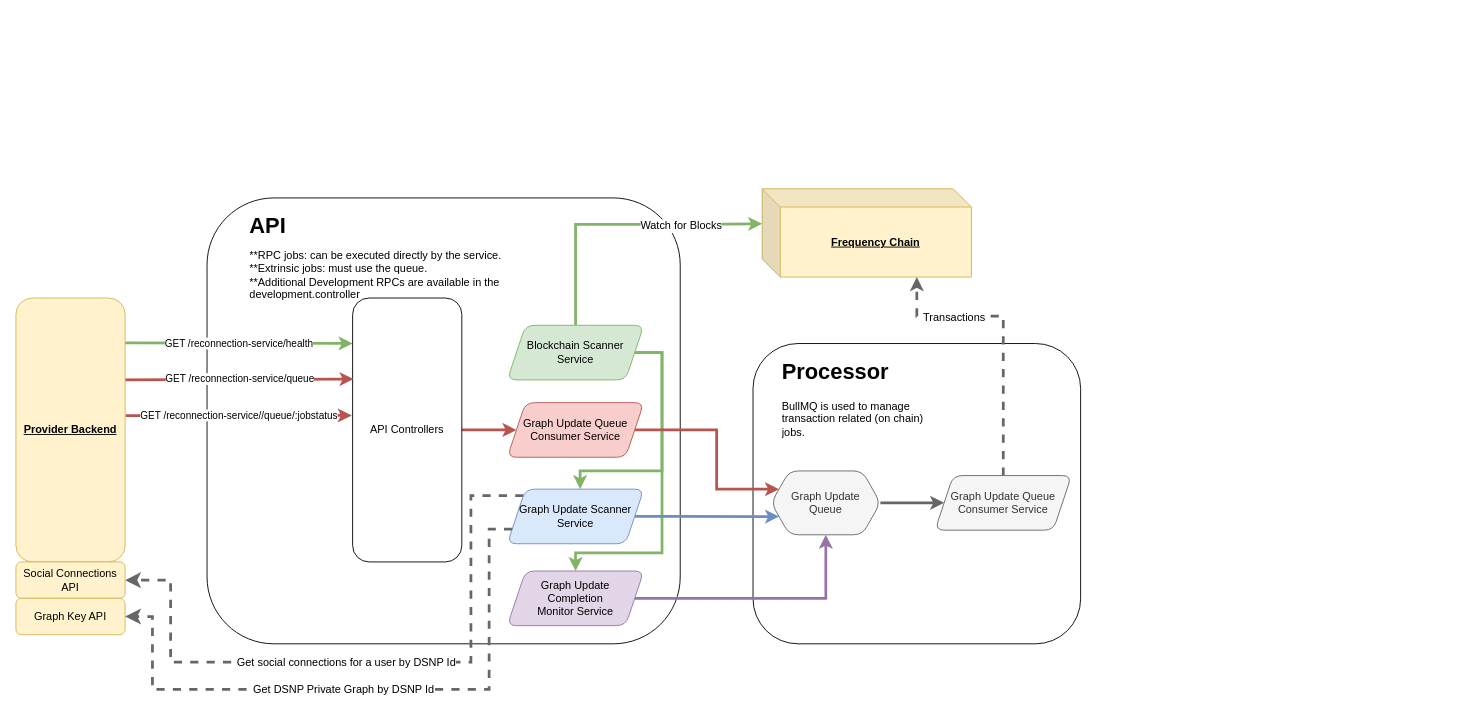
The draw.io diagram docs/reconnection_service_arch.drawio in ProjectLibertyLabs/reconnection-service, before the edit. Source tidied: cells renumbered, new cells numbered last; positions are measured from the earlier drawing's top-left corner, leaving out a move shared by most shapes. Both pictures are drawn from the tidied source at 91%, with x=0, y=0 at pixel (15, 188).
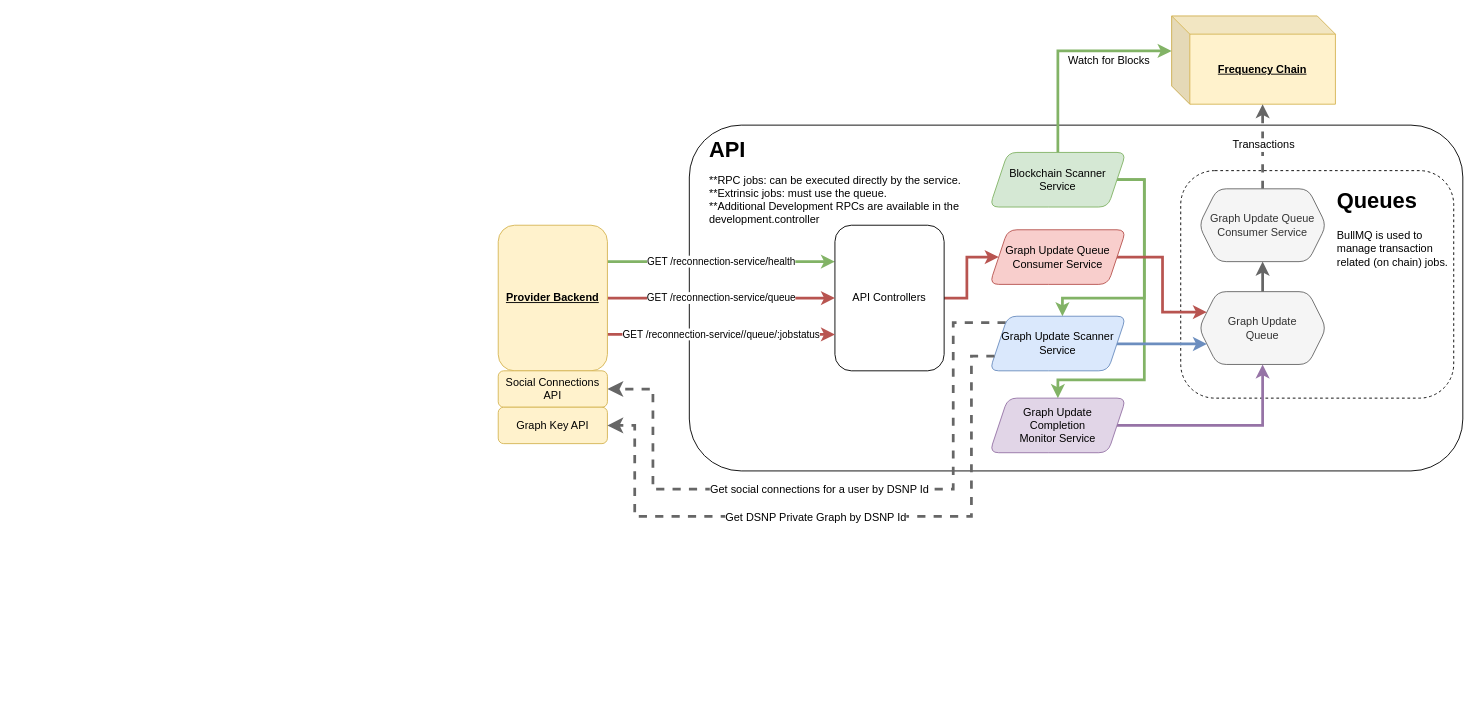
After the change.

Commit message (it also covers changes not shown here):
Update diagram for clarity

The edit, as a diff of the source:
```diff
@@
     <mxCell id="2" style="rounded=1;whiteSpace=wrap;html=1;" parent="1" vertex="1">
-      <mxGeometry x="210" y="10" width="520" height="490" as="geometry" />
+      <mxGeometry x="740" y="-70" width="850" height="380" as="geometry" />
     </mxCell>
-    <mxCell id="3" style="rounded=1;whiteSpace=wrap;html=1;" parent="1" vertex="1">
-      <mxGeometry x="810" y="170" width="360" height="330" as="geometry" />
+    <mxCell id="3" style="rounded=1;whiteSpace=wrap;html=1;dashed=1;" parent="1" vertex="1">
+      <mxGeometry x="1280" y="-20" width="300" height="250" as="geometry" />
     </mxCell>
-    <mxCell id="4" value="GET /reconnection-service/health" style="endArrow=classic;html=1;rounded=0;fillColor=#d5e8d4;strokeColor=#82b366;strokeWidth=3;exitX=0.996;exitY=0.17;exitDx=0;exitDy=0;exitPerimeter=0;entryX=0;entryY=0.172;entryDx=0;entryDy=0;entryPerimeter=0;" parent="1" edge="1" source="9" target="6">
+    <mxCell id="4" value="GET /reconnection-service/health" style="endArrow=classic;html=1;rounded=0;fillColor=#d5e8d4;strokeColor=#82b366;strokeWidth=3;exitX=1;exitY=0.25;exitDx=0;exitDy=0;entryX=0;entryY=0.25;entryDx=0;entryDy=0;" parent="1" edge="1" source="9" target="6">
       <mxGeometry relative="1" as="geometry" />
     </mxCell>
@@
     <mxCell id="6" value="API Controllers" style="rounded=1;whiteSpace=wrap;html=1;" parent="1" vertex="1">
-      <mxGeometry x="370" y="120" width="120" height="290" as="geometry" />
+      <mxGeometry x="900" y="40" width="120" height="160" as="geometry" />
     </mxCell>
-    <mxCell id="7" value="&lt;div&gt;GET /reconnection-service/queue&lt;/div&gt;" style="endArrow=classic;html=1;rounded=0;entryX=0.008;entryY=0.307;entryDx=0;entryDy=0;fillColor=#f8cecc;strokeColor=#b85450;strokeWidth=3;entryPerimeter=0;exitX=0.998;exitY=0.31;exitDx=0;exitDy=0;exitPerimeter=0;" parent="1" edge="1" source="9" target="6">
+    <mxCell id="7" value="&lt;div&gt;GET /reconnection-service/queue&lt;/div&gt;" style="endArrow=classic;html=1;rounded=0;entryX=0;entryY=0.5;entryDx=0;entryDy=0;fillColor=#f8cecc;strokeColor=#b85450;strokeWidth=3;exitX=1;exitY=0.5;exitDx=0;exitDy=0;" parent="1" edge="1" source="9" target="6">
       <mxGeometry relative="1" as="geometry" />
     </mxCell>
-    <mxCell id="8" value="&lt;div&gt;GET /reconnection-service//queue/:jobstatus&lt;/div&gt;" style="endArrow=classic;html=1;rounded=0;entryX=-0.008;entryY=0.445;entryDx=0;entryDy=0;fillColor=#f8cecc;strokeColor=#b85450;strokeWidth=3;entryPerimeter=0;exitX=1.005;exitY=0.446;exitDx=0;exitDy=0;exitPerimeter=0;" parent="1" edge="1" source="9" target="6">
+    <mxCell id="8" value="&lt;div&gt;GET /reconnection-service//queue/:jobstatus&lt;/div&gt;" style="endArrow=classic;html=1;rounded=0;entryX=0;entryY=0.75;entryDx=0;entryDy=0;fillColor=#f8cecc;strokeColor=#b85450;strokeWidth=3;exitX=1;exitY=0.75;exitDx=0;exitDy=0;" parent="1" edge="1" source="9" target="6">
       <mxGeometry relative="1" as="geometry" />
     </mxCell>
     <mxCell id="9" value="&lt;u&gt;&lt;b&gt;Provider Backend&lt;/b&gt;&lt;/u&gt;" style="rounded=1;whiteSpace=wrap;html=1;fillColor=#fff2cc;strokeColor=#d6b656;fontColor=#000000;" parent="1" vertex="1">
-      <mxGeometry y="120" width="120" height="290" as="geometry" />
+      <mxGeometry x="530" y="40" width="120" height="160" as="geometry" />
     </mxCell>
     <mxCell id="10" style="endArrow=classic;html=1;rounded=0;fontSize=12;startSize=8;endSize=8;edgeStyle=orthogonalEdgeStyle;strokeWidth=3;fillColor=#f5f5f5;strokeColor=#666666;dashed=1;entryX=1;entryY=0.5;entryDx=0;entryDy=0;exitX=0;exitY=0;exitDx=0;exitDy=0;" parent="1" edge="1" source="29" target="12">
       <mxGeometry relative="1" as="geometry">
         <Array as="points">
-          <mxPoint x="500" y="337" />
-          <mxPoint x="500" y="520" />
-          <mxPoint x="170" y="520" />
-          <mxPoint x="170" y="430" />
+          <mxPoint x="1030" y="147" />
+          <mxPoint x="1030" y="330" />
+          <mxPoint x="700" y="330" />
+          <mxPoint x="700" y="220" />
         </Array>
       </mxGeometry>
     </mxCell>
@@
     <mxCell id="12" value="Social Connections API" style="rounded=1;whiteSpace=wrap;html=1;fillColor=#fff2cc;strokeColor=#d6b656;fontColor=#000000;" parent="1" vertex="1">
-      <mxGeometry y="410" width="120" height="40" as="geometry" />
+      <mxGeometry x="530" y="200" width="120" height="40" as="geometry" />
     </mxCell>
-    <mxCell id="13" value="&lt;h1 style=&quot;margin-top: 0px;&quot;&gt;Processor&lt;/h1&gt;&lt;p&gt;BullMQ is used to manage transaction related (on chain) jobs.&lt;/p&gt;" style="text;html=1;whiteSpace=wrap;overflow=hidden;rounded=0;fontFamily=Helvetica;fontSize=12;fontColor=default;" parent="1" vertex="1">
-      <mxGeometry x="840" y="179.8" width="170" height="120" as="geometry" />
+    <mxCell id="13" value="&lt;h1 style=&quot;margin-top: 0px;&quot;&gt;Queues&lt;/h1&gt;&lt;p&gt;BullMQ is used to manage transaction related (on chain) jobs.&lt;/p&gt;" style="text;html=1;whiteSpace=wrap;overflow=hidden;rounded=0;fontFamily=Helvetica;fontSize=12;fontColor=default;" parent="1" vertex="1">
+      <mxGeometry x="1450" y="-7" width="140" height="120" as="geometry" />
     </mxCell>
     <mxCell id="14" value="&lt;h1 style=&quot;margin-top: 0px;&quot;&gt;&lt;span style=&quot;background-color: initial;&quot;&gt;API&lt;/span&gt;&lt;/h1&gt;" style="text;html=1;whiteSpace=wrap;overflow=hidden;rounded=0;fontFamily=Helvetica;fontSize=12;fontColor=default;" parent="1" vertex="1">
-      <mxGeometry x="255" y="20" width="295" height="40" as="geometry" />
+      <mxGeometry x="760" y="-63" width="295" height="40" as="geometry" />
     </mxCell>
-    <mxCell id="15" style="edgeStyle=orthogonalEdgeStyle;rounded=0;hachureGap=4;jettySize=auto;html=1;exitX=1;exitY=0.5;exitDx=0;exitDy=0;fontFamily=Architects Daughter;fontSize=16;fillColor=#f5f5f5;strokeColor=#666666;strokeWidth=3;" parent="1" edge="1" source="16" target="32">
+    <mxCell id="15" style="edgeStyle=orthogonalEdgeStyle;rounded=0;hachureGap=4;jettySize=auto;html=1;exitX=0.5;exitY=0;exitDx=0;exitDy=0;fontFamily=Architects Daughter;fontSize=16;fillColor=#f5f5f5;strokeColor=#666666;strokeWidth=3;" parent="1" edge="1" source="16" target="32">
       <mxGeometry relative="1" as="geometry" />
     </mxCell>
     <mxCell id="16" value="Graph Update&lt;br&gt;Queue" style="shape=hexagon;perimeter=hexagonPerimeter2;whiteSpace=wrap;html=1;fixedSize=1;rounded=1;strokeColor=#666666;align=center;verticalAlign=middle;fontFamily=Helvetica;fontSize=12;fillColor=#f5f5f5;fontColor=#333333;" parent="1" vertex="1">
-      <mxGeometry x="830" y="310" width="120" height="70.2" as="geometry" />
+      <mxGeometry x="1300" y="113" width="140" height="80" as="geometry" />
     </mxCell>
     <mxCell id="17" value="&lt;u&gt;&lt;b&gt;Frequency Chain&lt;/b&gt;&lt;/u&gt;" style="shape=cube;whiteSpace=wrap;html=1;boundedLbl=1;backgroundOutline=1;darkOpacity=0.05;darkOpacity2=0.1;rounded=1;strokeColor=#d6b656;align=center;verticalAlign=middle;fontFamily=Helvetica;fontSize=12;fillColor=#fff2cc;fontColor=#000000;" parent="1" vertex="1">
-      <mxGeometry x="820" width="230" height="97" as="geometry" />
+      <mxGeometry x="1270" y="-190" width="180" height="97" as="geometry" />
     </mxCell>
-    <mxCell id="18" style="edgeStyle=orthogonalEdgeStyle;rounded=0;jettySize=auto;html=1;entryX=0;entryY=0;entryDx=0;entryDy=38.5;entryPerimeter=0;fontFamily=Helvetica;fontSize=12;fontColor=default;fillColor=#d5e8d4;strokeColor=#82b366;strokeWidth=3;exitX=0.5;exitY=0;exitDx=0;exitDy=0;" parent="1" edge="1" source="25" target="17">
+    <mxCell id="18" style="edgeStyle=orthogonalEdgeStyle;rounded=0;jettySize=auto;html=1;fontFamily=Helvetica;fontSize=12;fontColor=default;fillColor=#d5e8d4;strokeColor=#82b366;strokeWidth=3;exitX=0.5;exitY=0;exitDx=0;exitDy=0;entryX=0;entryY=0;entryDx=0;entryDy=38.5;entryPerimeter=0;" parent="1" edge="1" source="25" target="17">
       <mxGeometry relative="1" as="geometry">
         <Array as="points">
-          <mxPoint x="615" y="39" />
-          <mxPoint x="750" y="39" />
+          <mxPoint x="1145" y="-151" />
         </Array>
       </mxGeometry>
     </mxCell>
     <mxCell id="19" value="Watch for Blocks" style="edgeLabel;html=1;align=center;verticalAlign=middle;rounded=1;strokeColor=default;fontFamily=Helvetica;fontSize=12;fontColor=default;fillColor=default;" parent="18" vertex="1">
       <mxGeometry x="-0.04" y="-2" relative="1" as="geometry">
-        <mxPoint x="74" y="-1" as="offset" />
+        <mxPoint x="53" y="8" as="offset" />
       </mxGeometry>
     </mxCell>
-    <mxCell id="20" style="edgeStyle=orthogonalEdgeStyle;rounded=0;jettySize=auto;html=1;fontFamily=Helvetica;fontSize=12;fontColor=default;fillColor=#f5f5f5;strokeColor=#666666;strokeWidth=3;dashed=1;entryX=0;entryY=0;entryDx=170;entryDy=97;entryPerimeter=0;exitX=0.5;exitY=0;exitDx=0;exitDy=0;" parent="1" edge="1" source="32" target="17">
+    <mxCell id="20" style="edgeStyle=orthogonalEdgeStyle;rounded=0;jettySize=auto;html=1;fontFamily=Helvetica;fontSize=12;fontColor=default;fillColor=#f5f5f5;strokeColor=#666666;strokeWidth=3;dashed=1;entryX=0;entryY=0;entryDx=100;entryDy=97;entryPerimeter=0;exitX=0.5;exitY=0;exitDx=0;exitDy=0;" parent="1" edge="1" source="32" target="17">
       <mxGeometry relative="1" as="geometry">
         <Array as="points">
-          <mxPoint x="1085" y="140" />
-          <mxPoint x="990" y="140" />
+          <mxPoint x="1370" y="-93" />
         </Array>
       </mxGeometry>
     </mxCell>
     <mxCell id="21" value="Transactions" style="edgeLabel;html=1;align=center;verticalAlign=middle;rounded=1;strokeColor=default;fontFamily=Helvetica;fontSize=12;fontColor=default;fillColor=default;" parent="20" vertex="1">
       <mxGeometry x="0.75" y="-4" relative="1" as="geometry">
-        <mxPoint x="36" y="5" as="offset" />
+        <mxPoint x="-4" y="32" as="offset" />
       </mxGeometry>
     </mxCell>
     <mxCell id="22" value="**RPC jobs: can be executed directly by the service.&lt;br&gt;**Extrinsic jobs: must use the queue.&lt;br&gt;**Additional Development RPCs are available in the development.controller" style="text;html=1;whiteSpace=wrap;overflow=hidden;rounded=0;" parent="1" vertex="1">
-      <mxGeometry x="255" y="60" width="295" height="80" as="geometry" />
+      <mxGeometry x="760" y="-23" width="295" height="80" as="geometry" />
     </mxCell>
     <mxCell id="23" style="edgeStyle=orthogonalEdgeStyle;rounded=0;hachureGap=4;jettySize=auto;html=1;entryX=0.5;entryY=0;entryDx=0;entryDy=0;fontFamily=Architects Daughter;fontSize=16;strokeWidth=3;fillColor=#d5e8d4;strokeColor=#82b366;exitX=1;exitY=0.5;exitDx=0;exitDy=0;" parent="1" edge="1" source="25" target="31">
       <mxGeometry relative="1" as="geometry">
         <Array as="points">
-          <mxPoint x="710" y="180" />
-          <mxPoint x="710" y="400" />
-          <mxPoint x="615" y="400" />
+          <mxPoint x="1240" y="-10" />
+          <mxPoint x="1240" y="210" />
+          <mxPoint x="1145" y="210" />
         </Array>
       </mxGeometry>
     </mxCell>
     <mxCell id="24" style="edgeStyle=orthogonalEdgeStyle;rounded=0;hachureGap=4;jettySize=auto;html=1;exitX=1;exitY=0.5;exitDx=0;exitDy=0;fontFamily=Architects Daughter;fontSize=16;fillColor=#d5e8d4;strokeColor=#82b366;strokeWidth=3;" parent="1" edge="1" source="25" target="29">
       <mxGeometry relative="1" as="geometry">
         <Array as="points">
-          <mxPoint x="710" y="180" />
-          <mxPoint x="710" y="310" />
-          <mxPoint x="620" y="310" />
+          <mxPoint x="1240" y="-10" />
+          <mxPoint x="1240" y="120" />
+          <mxPoint x="1150" y="120" />
         </Array>
       </mxGeometry>
     </mxCell>
     <mxCell id="25" value="Blockchain Scanner Service" style="shape=parallelogram;perimeter=parallelogramPerimeter;whiteSpace=wrap;html=1;fixedSize=1;rounded=1;strokeColor=#82b366;align=center;verticalAlign=middle;fontFamily=Helvetica;fontSize=12;fillColor=#d5e8d4;fontColor=#000000;" parent="1" vertex="1">
-      <mxGeometry x="540" y="150" width="150" height="60" as="geometry" />
+      <mxGeometry x="1070" y="-40" width="150" height="60" as="geometry" />
     </mxCell>
     <mxCell id="26" style="edgeStyle=orthogonalEdgeStyle;rounded=0;hachureGap=4;jettySize=auto;html=1;entryX=0;entryY=0.25;entryDx=0;entryDy=0;fontFamily=Architects Daughter;fontSize=16;strokeWidth=3;fillColor=#f8cecc;strokeColor=#b85450;" parent="1" edge="1" source="27" target="16">
       <mxGeometry relative="1" as="geometry">
         <Array as="points">
-          <mxPoint x="770" y="265" />
-          <mxPoint x="770" y="330" />
+          <mxPoint x="1260" y="75" />
+          <mxPoint x="1260" y="135" />
         </Array>
       </mxGeometry>
     </mxCell>
     <mxCell id="27" value="Graph Update Queue Consumer Service" style="shape=parallelogram;perimeter=parallelogramPerimeter;whiteSpace=wrap;html=1;fixedSize=1;rounded=1;strokeColor=#b85450;align=center;verticalAlign=middle;fontFamily=Helvetica;fontSize=12;fillColor=#f8cecc;" parent="1" vertex="1">
-      <mxGeometry x="540" y="235" width="150" height="60" as="geometry" />
+      <mxGeometry x="1070" y="45" width="150" height="60" as="geometry" />
     </mxCell>
     <mxCell id="28" style="edgeStyle=orthogonalEdgeStyle;rounded=0;hachureGap=4;jettySize=auto;html=1;entryX=0;entryY=0.75;entryDx=0;entryDy=0;fontFamily=Architects Daughter;fontSize=16;strokeWidth=3;fillColor=#dae8fc;strokeColor=#6c8ebf;exitX=1;exitY=0.5;exitDx=0;exitDy=0;" parent="1" edge="1" source="29" target="16">
       <mxGeometry relative="1" as="geometry">
         <Array as="points">
-          <mxPoint x="720" y="360" />
-          <mxPoint x="720" y="360" />
+          <mxPoint x="1309" y="170" />
         </Array>
       </mxGeometry>
     </mxCell>
     <mxCell id="29" value="Graph Update Scanner Service" style="shape=parallelogram;perimeter=parallelogramPerimeter;whiteSpace=wrap;html=1;fixedSize=1;rounded=1;strokeColor=#6c8ebf;align=center;verticalAlign=middle;fontFamily=Helvetica;fontSize=12;fillColor=#dae8fc;" parent="1" vertex="1">
-      <mxGeometry x="540" y="330" width="150" height="60" as="geometry" />
+      <mxGeometry x="1070" y="140" width="150" height="60" as="geometry" />
     </mxCell>
@@
     <mxCell id="31" value="Graph Update&lt;br&gt;Completion&lt;br&gt;Monitor Service" style="shape=parallelogram;perimeter=parallelogramPerimeter;whiteSpace=wrap;html=1;fixedSize=1;rounded=1;strokeColor=#9673a6;align=center;verticalAlign=middle;fontFamily=Helvetica;fontSize=12;fillColor=#e1d5e7;strokeWidth=1;" parent="1" vertex="1">
-      <mxGeometry x="540" y="420" width="150" height="60" as="geometry" />
+      <mxGeometry x="1070" y="230" width="150" height="60" as="geometry" />
     </mxCell>
-    <mxCell id="32" value="Graph Update Queue Consumer Service" style="shape=parallelogram;perimeter=parallelogramPerimeter;whiteSpace=wrap;html=1;fixedSize=1;rounded=1;strokeColor=#666666;align=center;verticalAlign=middle;fontFamily=Helvetica;fontSize=12;fillColor=#f5f5f5;fontColor=#333333;" parent="1" vertex="1">
-      <mxGeometry x="1010" y="315.1" width="150" height="60" as="geometry" />
+    <mxCell id="32" value="Graph Update Queue Consumer Service" style="shape=hexagon;whiteSpace=wrap;html=1;fixedSize=1;rounded=1;strokeColor=#666666;align=center;verticalAlign=middle;fontFamily=Helvetica;fontSize=12;fillColor=#f5f5f5;fontColor=#333333;perimeter=hexagonPerimeter2;" parent="1" vertex="1">
+      <mxGeometry x="1300" width="140" height="80" as="geometry" />
     </mxCell>
     <mxCell id="33" value="Graph Key API" style="rounded=1;whiteSpace=wrap;html=1;fillColor=#fff2cc;strokeColor=#d6b656;fontColor=#000000;" parent="1" vertex="1">
-      <mxGeometry y="450" width="120" height="40" as="geometry" />
+      <mxGeometry x="530" y="240" width="120" height="40" as="geometry" />
     </mxCell>
     <mxCell id="34" style="endArrow=classic;html=1;rounded=0;fontSize=12;startSize=8;endSize=8;edgeStyle=orthogonalEdgeStyle;strokeWidth=3;fillColor=#f5f5f5;strokeColor=#666666;dashed=1;entryX=1;entryY=0.5;entryDx=0;entryDy=0;exitX=0;exitY=0.75;exitDx=0;exitDy=0;" parent="1" edge="1" source="29" target="33">
       <mxGeometry relative="1" as="geometry">
         <Array as="points">
-          <mxPoint x="520" y="374" />
-          <mxPoint x="520" y="550" />
-          <mxPoint x="150" y="550" />
-          <mxPoint x="150" y="470" />
+          <mxPoint x="1050" y="184" />
+          <mxPoint x="1050" y="360" />
+          <mxPoint x="680" y="360" />
+          <mxPoint x="680" y="260" />
         </Array>
       </mxGeometry>
     </mxCell>
```
